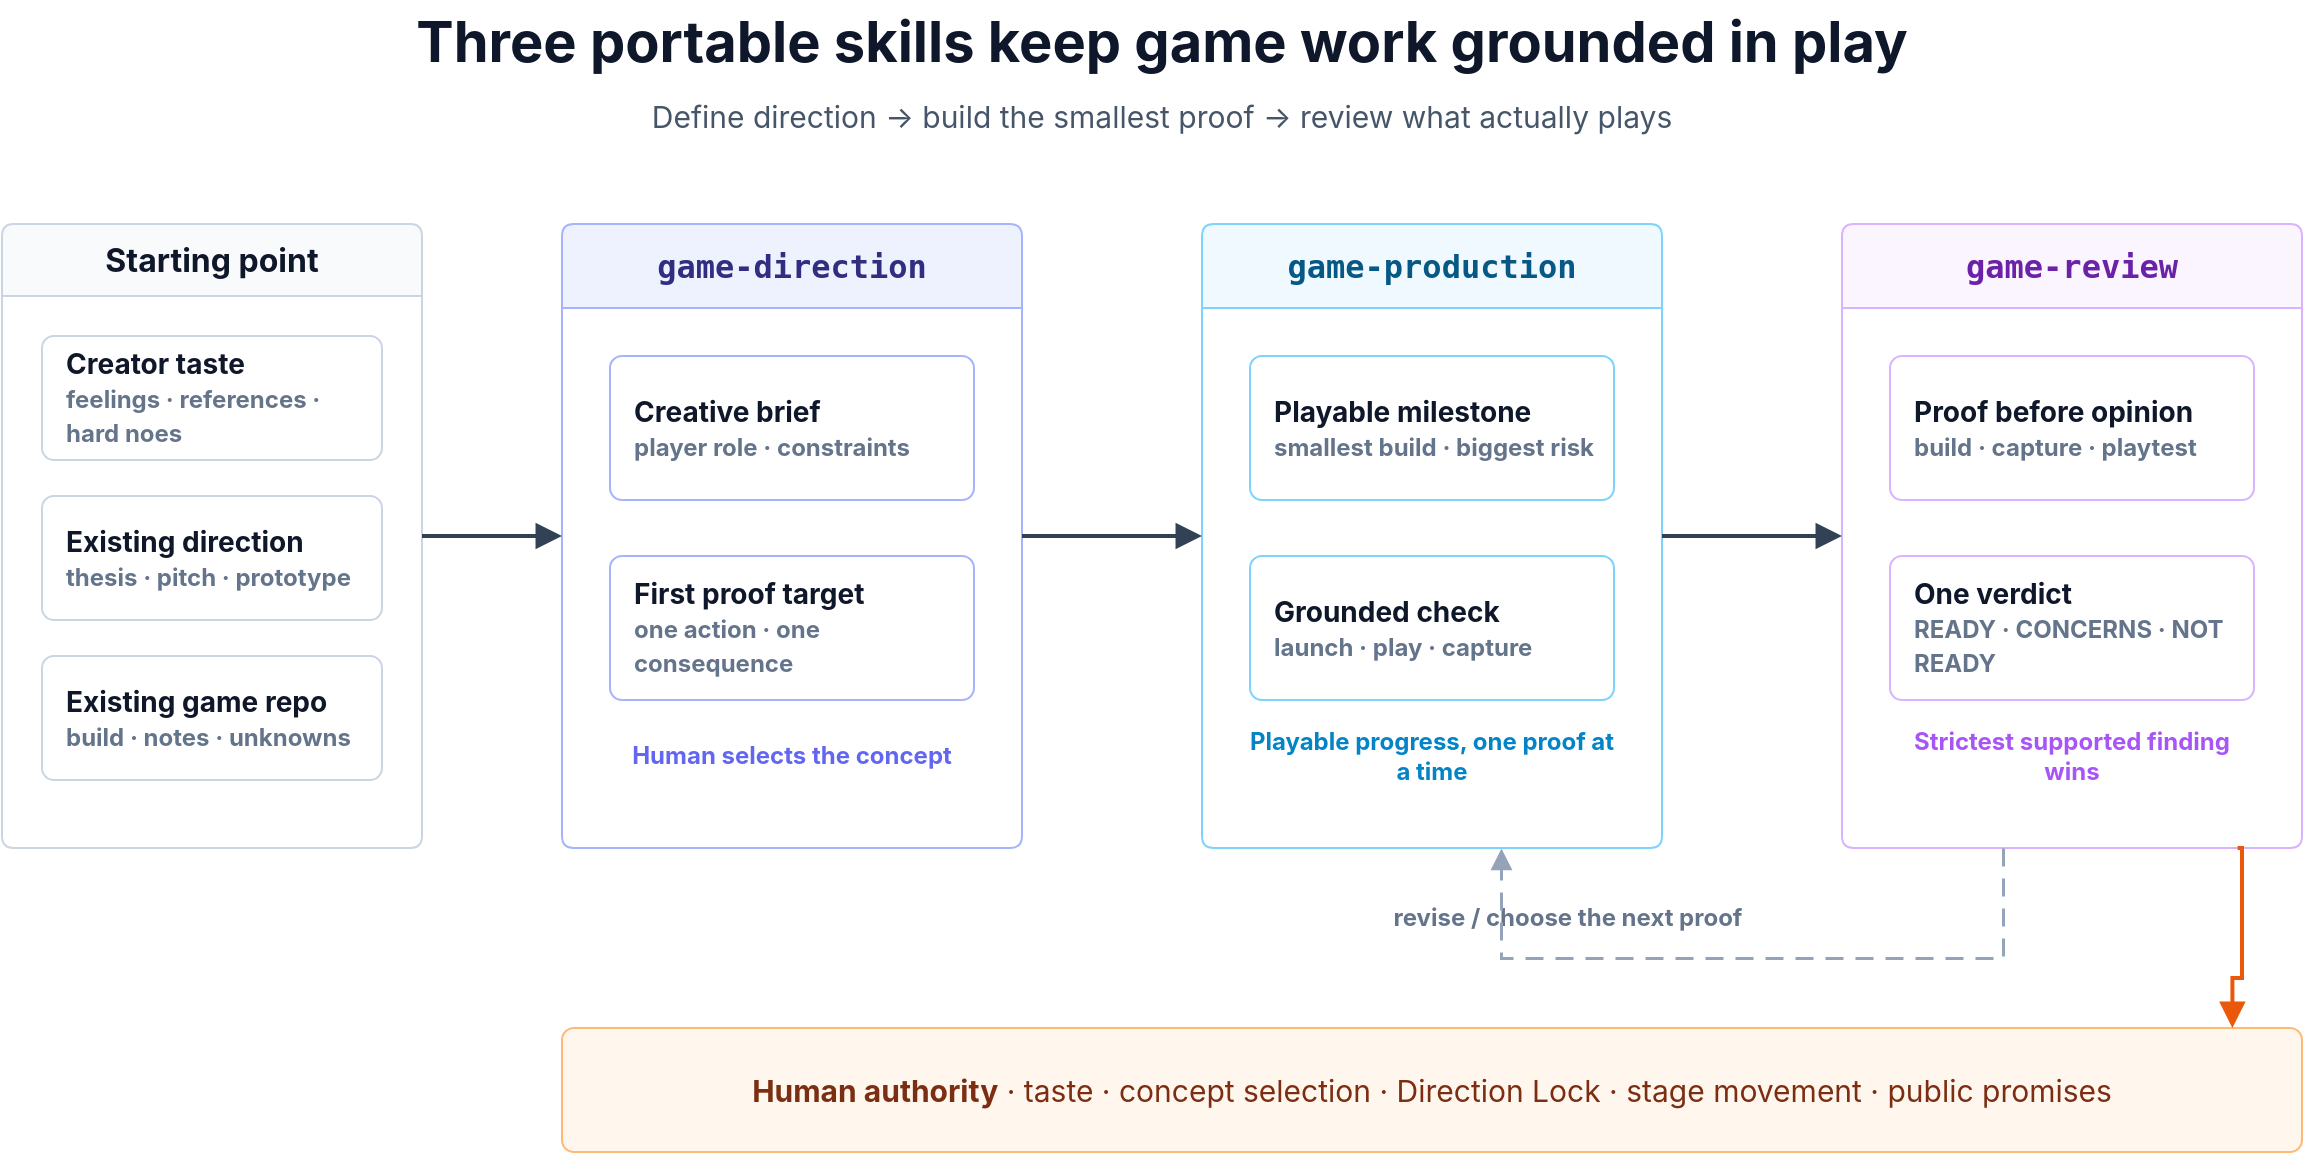
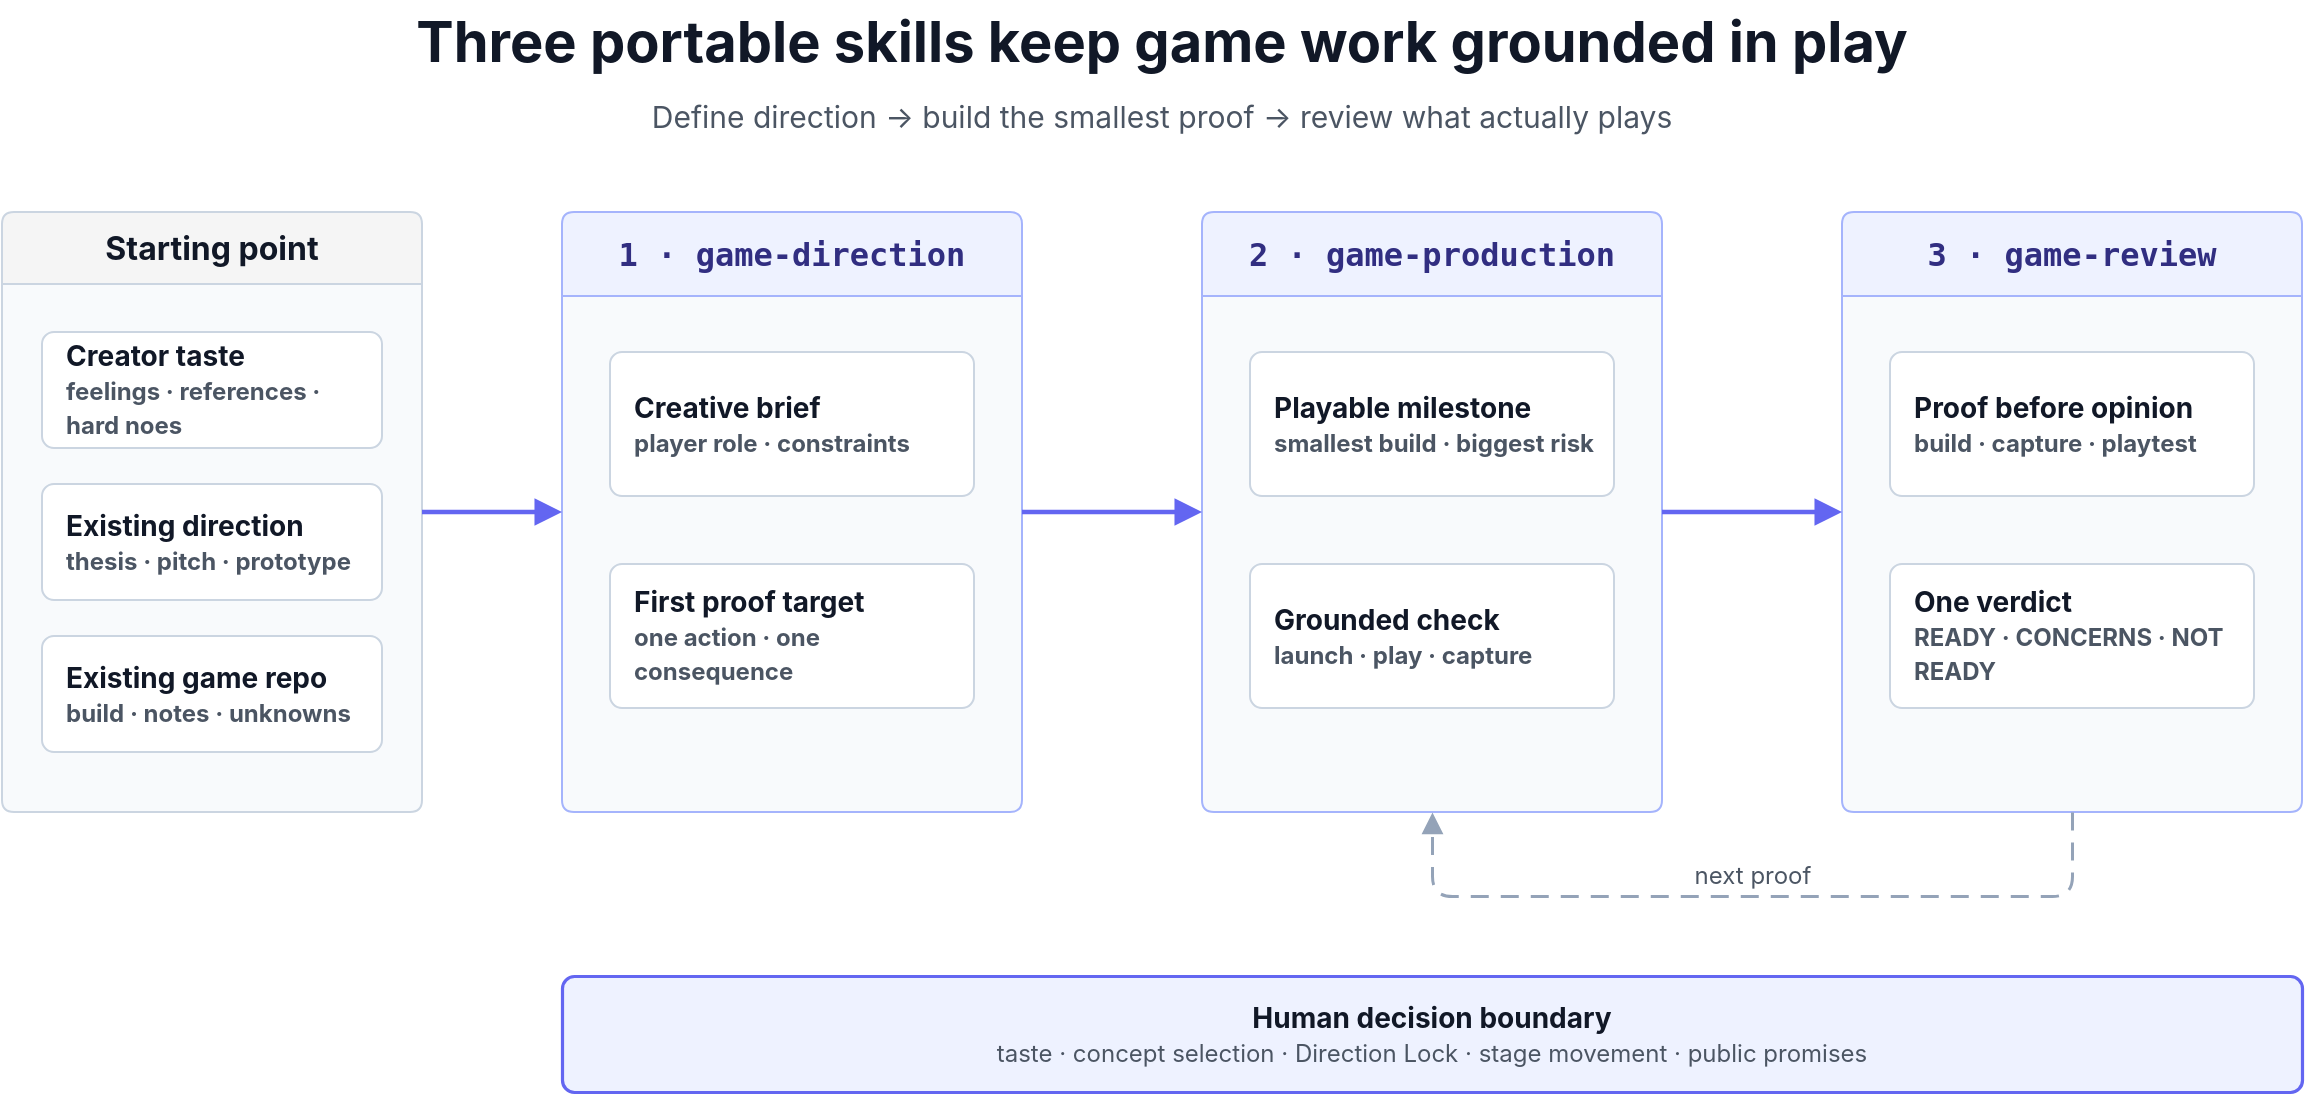
- <mxfile host="app.diagrams.net" modified="2026-07-10T00:00:00.000Z" agent="Codex" version="29.6.6" type="device">
+ <mxfile host="app.diagrams.net" modified="2026-07-10T00:00:00.000Z" agent="draw.io" version="30.3.6" type="device">
  <diagram id="readme-game-studio-map" name="README game studio map">
-     <mxGraphModel dx="1240" dy="640" grid="1" gridSize="10" guides="1" tooltips="1" connect="1" arrows="1" fold="1" page="1" pageScale="1" pageWidth="1240" pageHeight="640" background="#FFFFFF" math="0" shadow="0" adaptiveColors="auto">
+     <mxGraphModel dx="1240" dy="590" grid="1" gridSize="10" guides="1" tooltips="1" connect="1" arrows="1" fold="1" page="1" pageScale="1" pageWidth="1240" pageHeight="590" background="#FFFFFF" math="0" shadow="0" adaptiveColors="auto">
      <root>
        <mxCell id="0" />
        <mxCell id="1" parent="0" />
-         <mxCell id="title" value="Three portable skills keep game work grounded in play" style="text;fontFamily=Inter,SF Pro Display,-apple-system,system-ui,Segoe UI,Roboto;strokeColor=none;fillColor=none;align=center;verticalAlign=middle;whiteSpace=wrap;fontSize=28;fontStyle=1;fontColor=#0F172A;spacing=0;html=1;" vertex="1" parent="1">
-           <mxGeometry x="190" y="26" width="860" height="42" as="geometry" />
+         <mxCell id="title" value="Three portable skills keep game work grounded in play" style="text;fontFamily=Inter,SF Pro Display,-apple-system,system-ui,Segoe UI,Roboto;strokeColor=none;fillColor=none;align=center;verticalAlign=middle;whiteSpace=wrap;fontSize=28;fontStyle=1;fontColor=#111827;spacing=0;html=1;" vertex="1" parent="1">
+           <mxGeometry x="190" y="24" width="860" height="42" as="geometry" />
        </mxCell>
-         <mxCell id="subtitle" value="Define direction → build the smallest proof → review what actually plays" style="text;fontFamily=Inter,SF Pro Display,-apple-system,system-ui,Segoe UI,Roboto;strokeColor=none;fillColor=none;align=center;verticalAlign=middle;whiteSpace=wrap;fontSize=15;fontColor=#475569;spacing=0;html=1;" vertex="1" parent="1">
-           <mxGeometry x="270" y="72" width="700" height="24" as="geometry" />
+         <mxCell id="subtitle" value="Define direction → build the smallest proof → review what actually plays" style="text;fontFamily=Inter,SF Pro Display,-apple-system,system-ui,Segoe UI,Roboto;strokeColor=none;fillColor=none;align=center;verticalAlign=middle;whiteSpace=wrap;fontSize=15;fontColor=#4B5563;spacing=0;html=1;" vertex="1" parent="1">
+           <mxGeometry x="270" y="70" width="700" height="24" as="geometry" />
        </mxCell>
-         <mxCell id="entry-panel" value="Starting point" style="swimlane;startSize=36;rounded=1;absoluteArcSize=1;arcSize=12;whiteSpace=wrap;fontFamily=Inter,SF Pro Display,-apple-system,system-ui,Segoe UI,Roboto;fontSize=16;fontStyle=1;fontColor=#0F172A;fillColor=#F8FAFC;strokeColor=#CBD5E1;html=1;" vertex="1" parent="1">
-           <mxGeometry x="40" y="138" width="210" height="312" as="geometry" />
+         <mxCell id="entry-panel" value="Starting point" style="swimlane;startSize=36;rounded=1;absoluteArcSize=1;arcSize=12;whiteSpace=wrap;fontFamily=Inter,SF Pro Display,-apple-system,system-ui,Segoe UI,Roboto;fontSize=16;fontStyle=1;fontColor=#111827;fillColor=#F5F5F5;swimlaneFillColor=#F8FAFC;strokeColor=#CBD5E1;html=1;" vertex="1" parent="1">
+           <mxGeometry x="40" y="130" width="210" height="300" as="geometry" />
        </mxCell>
-         <mxCell id="entry-taste" value="Creator taste&lt;br&gt;&lt;font style=&quot;font-size:12px;color:#64748B;&quot;&gt;feelings · references · hard noes&lt;/font&gt;" style="rounded=1;absoluteArcSize=1;arcSize=12;whiteSpace=wrap;fontFamily=Inter,SF Pro Display,-apple-system,system-ui,Segoe UI,Roboto;spacing=12;fillColor=#FFFFFF;strokeColor=#CBD5E1;fontColor=#0F172A;fontSize=14;fontStyle=1;align=left;html=1;" vertex="1" parent="entry-panel">
-           <mxGeometry x="20" y="56" width="170" height="62" as="geometry" />
+         <mxCell id="entry-taste" value="Creator taste&lt;br&gt;&lt;font style=&quot;font-size:12px;color:#4B5563;&quot;&gt;feelings · references · hard noes&lt;/font&gt;" style="rounded=1;absoluteArcSize=1;arcSize=12;whiteSpace=wrap;fontFamily=Inter,SF Pro Display,-apple-system,system-ui,Segoe UI,Roboto;spacing=12;fillColor=#FFFFFF;strokeColor=#CBD5E1;fontColor=#111827;fontSize=14;fontStyle=1;align=left;html=1;" vertex="1" parent="entry-panel">
+           <mxGeometry x="20" y="60" width="170" height="58" as="geometry" />
        </mxCell>
-         <mxCell id="entry-direction" value="Existing direction&lt;br&gt;&lt;font style=&quot;font-size:12px;color:#64748B;&quot;&gt;thesis · pitch · prototype&lt;/font&gt;" style="rounded=1;absoluteArcSize=1;arcSize=12;whiteSpace=wrap;fontFamily=Inter,SF Pro Display,-apple-system,system-ui,Segoe UI,Roboto;spacing=12;fillColor=#FFFFFF;strokeColor=#CBD5E1;fontColor=#0F172A;fontSize=14;fontStyle=1;align=left;html=1;" vertex="1" parent="entry-panel">
-           <mxGeometry x="20" y="136" width="170" height="62" as="geometry" />
+         <mxCell id="entry-direction" value="Existing direction&lt;br&gt;&lt;font style=&quot;font-size:12px;color:#4B5563;&quot;&gt;thesis · pitch · prototype&lt;/font&gt;" style="rounded=1;absoluteArcSize=1;arcSize=12;whiteSpace=wrap;fontFamily=Inter,SF Pro Display,-apple-system,system-ui,Segoe UI,Roboto;spacing=12;fillColor=#FFFFFF;strokeColor=#CBD5E1;fontColor=#111827;fontSize=14;fontStyle=1;align=left;html=1;" vertex="1" parent="entry-panel">
+           <mxGeometry x="20" y="136" width="170" height="58" as="geometry" />
        </mxCell>
-         <mxCell id="entry-repo" value="Existing game repo&lt;br&gt;&lt;font style=&quot;font-size:12px;color:#64748B;&quot;&gt;build · notes · unknowns&lt;/font&gt;" style="rounded=1;absoluteArcSize=1;arcSize=12;whiteSpace=wrap;fontFamily=Inter,SF Pro Display,-apple-system,system-ui,Segoe UI,Roboto;spacing=12;fillColor=#FFFFFF;strokeColor=#CBD5E1;fontColor=#0F172A;fontSize=14;fontStyle=1;align=left;html=1;" vertex="1" parent="entry-panel">
-           <mxGeometry x="20" y="216" width="170" height="62" as="geometry" />
+         <mxCell id="entry-repo" value="Existing game repo&lt;br&gt;&lt;font style=&quot;font-size:12px;color:#4B5563;&quot;&gt;build · notes · unknowns&lt;/font&gt;" style="rounded=1;absoluteArcSize=1;arcSize=12;whiteSpace=wrap;fontFamily=Inter,SF Pro Display,-apple-system,system-ui,Segoe UI,Roboto;spacing=12;fillColor=#FFFFFF;strokeColor=#CBD5E1;fontColor=#111827;fontSize=14;fontStyle=1;align=left;html=1;" vertex="1" parent="entry-panel">
+           <mxGeometry x="20" y="212" width="170" height="58" as="geometry" />
        </mxCell>
-         <mxCell id="direction-panel" value="game-direction" style="swimlane;startSize=42;rounded=1;absoluteArcSize=1;arcSize=12;whiteSpace=wrap;fontFamily=SF Mono,Menlo,Consolas,monospace;fontSize=16;fontStyle=1;fontColor=#312E81;fillColor=#EEF2FF;strokeColor=#A5B4FC;spacing=10;html=1;" vertex="1" parent="1">
-           <mxGeometry x="320" y="138" width="230" height="312" as="geometry" />
+         <mxCell id="direction-panel" value="1 · game-direction" style="swimlane;startSize=42;rounded=1;absoluteArcSize=1;arcSize=12;whiteSpace=wrap;fontFamily=SF Mono,Menlo,Consolas,monospace;fontSize=16;fontStyle=1;fontColor=#312E81;fillColor=#EEF2FF;swimlaneFillColor=#F8FAFC;strokeColor=#A5B4FC;spacing=10;html=1;" vertex="1" parent="1">
+           <mxGeometry x="320" y="130" width="230" height="300" as="geometry" />
        </mxCell>
-         <mxCell id="direction-brief" value="Creative brief&lt;br&gt;&lt;font style=&quot;font-size:12px;color:#64748B;&quot;&gt;player role · constraints&lt;/font&gt;" style="rounded=1;absoluteArcSize=1;arcSize=12;whiteSpace=wrap;fontFamily=Inter,SF Pro Display,-apple-system,system-ui,Segoe UI,Roboto;spacing=12;fillColor=#FFFFFF;strokeColor=#A5B4FC;fontColor=#0F172A;fontSize=14;fontStyle=1;align=left;html=1;" vertex="1" parent="direction-panel">
-           <mxGeometry x="24" y="66" width="182" height="72" as="geometry" />
+         <mxCell id="direction-brief" value="Creative brief&lt;br&gt;&lt;font style=&quot;font-size:12px;color:#4B5563;&quot;&gt;player role · constraints&lt;/font&gt;" style="rounded=1;absoluteArcSize=1;arcSize=12;whiteSpace=wrap;fontFamily=Inter,SF Pro Display,-apple-system,system-ui,Segoe UI,Roboto;spacing=12;fillColor=#FFFFFF;strokeColor=#CBD5E1;fontColor=#111827;fontSize=14;fontStyle=1;align=left;html=1;" vertex="1" parent="direction-panel">
+           <mxGeometry x="24" y="70" width="182" height="72" as="geometry" />
        </mxCell>
-         <mxCell id="direction-target" value="First proof target&lt;br&gt;&lt;font style=&quot;font-size:12px;color:#64748B;&quot;&gt;one action · one consequence&lt;/font&gt;" style="rounded=1;absoluteArcSize=1;arcSize=12;whiteSpace=wrap;fontFamily=Inter,SF Pro Display,-apple-system,system-ui,Segoe UI,Roboto;spacing=12;fillColor=#FFFFFF;strokeColor=#A5B4FC;fontColor=#0F172A;fontSize=14;fontStyle=1;align=left;html=1;" vertex="1" parent="direction-panel">
-           <mxGeometry x="24" y="166" width="182" height="72" as="geometry" />
+         <mxCell id="direction-target" value="First proof target&lt;br&gt;&lt;font style=&quot;font-size:12px;color:#4B5563;&quot;&gt;one action · one consequence&lt;/font&gt;" style="rounded=1;absoluteArcSize=1;arcSize=12;whiteSpace=wrap;fontFamily=Inter,SF Pro Display,-apple-system,system-ui,Segoe UI,Roboto;spacing=12;fillColor=#FFFFFF;strokeColor=#CBD5E1;fontColor=#111827;fontSize=14;fontStyle=1;align=left;html=1;" vertex="1" parent="direction-panel">
+           <mxGeometry x="24" y="176" width="182" height="72" as="geometry" />
        </mxCell>
-         <mxCell id="direction-note" value="Human selects the concept" style="text;fontFamily=Inter,SF Pro Display,-apple-system,system-ui,Segoe UI,Roboto;strokeColor=none;fillColor=none;align=center;verticalAlign=middle;whiteSpace=wrap;fontSize=12;fontColor=#6366F1;fontStyle=1;html=1;" vertex="1" parent="direction-panel">
-           <mxGeometry x="24" y="254" width="182" height="24" as="geometry" />
+         <mxCell id="production-panel" value="2 · game-production" style="swimlane;startSize=42;rounded=1;absoluteArcSize=1;arcSize=12;whiteSpace=wrap;fontFamily=SF Mono,Menlo,Consolas,monospace;fontSize=16;fontStyle=1;fontColor=#312E81;fillColor=#EEF2FF;swimlaneFillColor=#F8FAFC;strokeColor=#A5B4FC;spacing=10;html=1;" vertex="1" parent="1">
+           <mxGeometry x="640" y="130" width="230" height="300" as="geometry" />
        </mxCell>
-         <mxCell id="production-panel" value="game-production" style="swimlane;startSize=42;rounded=1;absoluteArcSize=1;arcSize=12;whiteSpace=wrap;fontFamily=SF Mono,Menlo,Consolas,monospace;fontSize=16;fontStyle=1;fontColor=#075985;fillColor=#F0F9FF;strokeColor=#7DD3FC;spacing=10;html=1;" vertex="1" parent="1">
-           <mxGeometry x="640" y="138" width="230" height="312" as="geometry" />
+         <mxCell id="production-build" value="Playable milestone&lt;br&gt;&lt;font style=&quot;font-size:12px;color:#4B5563;&quot;&gt;smallest build · biggest risk&lt;/font&gt;" style="rounded=1;absoluteArcSize=1;arcSize=12;whiteSpace=wrap;fontFamily=Inter,SF Pro Display,-apple-system,system-ui,Segoe UI,Roboto;spacing=12;fillColor=#FFFFFF;strokeColor=#CBD5E1;fontColor=#111827;fontSize=14;fontStyle=1;align=left;html=1;" vertex="1" parent="production-panel">
+           <mxGeometry x="24" y="70" width="182" height="72" as="geometry" />
        </mxCell>
-         <mxCell id="production-build" value="Playable milestone&lt;br&gt;&lt;font style=&quot;font-size:12px;color:#64748B;&quot;&gt;smallest build · biggest risk&lt;/font&gt;" style="rounded=1;absoluteArcSize=1;arcSize=12;whiteSpace=wrap;fontFamily=Inter,SF Pro Display,-apple-system,system-ui,Segoe UI,Roboto;spacing=12;fillColor=#FFFFFF;strokeColor=#7DD3FC;fontColor=#0F172A;fontSize=14;fontStyle=1;align=left;html=1;" vertex="1" parent="production-panel">
-           <mxGeometry x="24" y="66" width="182" height="72" as="geometry" />
+         <mxCell id="production-check" value="Grounded check&lt;br&gt;&lt;font style=&quot;font-size:12px;color:#4B5563;&quot;&gt;launch · play · capture&lt;/font&gt;" style="rounded=1;absoluteArcSize=1;arcSize=12;whiteSpace=wrap;fontFamily=Inter,SF Pro Display,-apple-system,system-ui,Segoe UI,Roboto;spacing=12;fillColor=#FFFFFF;strokeColor=#CBD5E1;fontColor=#111827;fontSize=14;fontStyle=1;align=left;html=1;" vertex="1" parent="production-panel">
+           <mxGeometry x="24" y="176" width="182" height="72" as="geometry" />
        </mxCell>
-         <mxCell id="production-check" value="Grounded check&lt;br&gt;&lt;font style=&quot;font-size:12px;color:#64748B;&quot;&gt;launch · play · capture&lt;/font&gt;" style="rounded=1;absoluteArcSize=1;arcSize=12;whiteSpace=wrap;fontFamily=Inter,SF Pro Display,-apple-system,system-ui,Segoe UI,Roboto;spacing=12;fillColor=#FFFFFF;strokeColor=#7DD3FC;fontColor=#0F172A;fontSize=14;fontStyle=1;align=left;html=1;" vertex="1" parent="production-panel">
-           <mxGeometry x="24" y="166" width="182" height="72" as="geometry" />
+         <mxCell id="review-panel" value="3 · game-review" style="swimlane;startSize=42;rounded=1;absoluteArcSize=1;arcSize=12;whiteSpace=wrap;fontFamily=SF Mono,Menlo,Consolas,monospace;fontSize=16;fontStyle=1;fontColor=#312E81;fillColor=#EEF2FF;swimlaneFillColor=#F8FAFC;strokeColor=#A5B4FC;spacing=10;html=1;" vertex="1" parent="1">
+           <mxGeometry x="960" y="130" width="230" height="300" as="geometry" />
        </mxCell>
-         <mxCell id="production-note" value="Playable progress, one proof at a time" style="text;fontFamily=Inter,SF Pro Display,-apple-system,system-ui,Segoe UI,Roboto;strokeColor=none;fillColor=none;align=center;verticalAlign=middle;whiteSpace=wrap;fontSize=12;fontColor=#0284C7;fontStyle=1;html=1;" vertex="1" parent="production-panel">
-           <mxGeometry x="20" y="254" width="190" height="24" as="geometry" />
+         <mxCell id="review-proof" value="Proof before opinion&lt;br&gt;&lt;font style=&quot;font-size:12px;color:#4B5563;&quot;&gt;build · capture · playtest&lt;/font&gt;" style="rounded=1;absoluteArcSize=1;arcSize=12;whiteSpace=wrap;fontFamily=Inter,SF Pro Display,-apple-system,system-ui,Segoe UI,Roboto;spacing=12;fillColor=#FFFFFF;strokeColor=#CBD5E1;fontColor=#111827;fontSize=14;fontStyle=1;align=left;html=1;" vertex="1" parent="review-panel">
+           <mxGeometry x="24" y="70" width="182" height="72" as="geometry" />
        </mxCell>
-         <mxCell id="review-panel" value="game-review" style="swimlane;startSize=42;rounded=1;absoluteArcSize=1;arcSize=12;whiteSpace=wrap;fontFamily=SF Mono,Menlo,Consolas,monospace;fontSize=16;fontStyle=1;fontColor=#6B21A8;fillColor=#FAF5FF;strokeColor=#D8B4FE;spacing=10;html=1;" vertex="1" parent="1">
-           <mxGeometry x="960" y="138" width="230" height="312" as="geometry" />
+         <mxCell id="review-verdict" value="One verdict&lt;br&gt;&lt;font style=&quot;font-size:12px;color:#4B5563;&quot;&gt;READY · CONCERNS · NOT READY&lt;/font&gt;" style="rounded=1;absoluteArcSize=1;arcSize=12;whiteSpace=wrap;fontFamily=Inter,SF Pro Display,-apple-system,system-ui,Segoe UI,Roboto;spacing=12;fillColor=#FFFFFF;strokeColor=#CBD5E1;fontColor=#111827;fontSize=14;fontStyle=1;align=left;html=1;" vertex="1" parent="review-panel">
+           <mxGeometry x="24" y="176" width="182" height="72" as="geometry" />
        </mxCell>
-         <mxCell id="review-proof" value="Proof before opinion&lt;br&gt;&lt;font style=&quot;font-size:12px;color:#64748B;&quot;&gt;build · capture · playtest&lt;/font&gt;" style="rounded=1;absoluteArcSize=1;arcSize=12;whiteSpace=wrap;fontFamily=Inter,SF Pro Display,-apple-system,system-ui,Segoe UI,Roboto;spacing=12;fillColor=#FFFFFF;strokeColor=#D8B4FE;fontColor=#0F172A;fontSize=14;fontStyle=1;align=left;html=1;" vertex="1" parent="review-panel">
-           <mxGeometry x="24" y="66" width="182" height="72" as="geometry" />
+         <mxCell id="human-authority" value="&lt;b&gt;Human decision boundary&lt;/b&gt;&lt;br&gt;&lt;font style=&quot;font-size:12px;color:#4B5563;&quot;&gt;taste · concept selection · Direction Lock · stage movement · public promises&lt;/font&gt;" style="rounded=1;absoluteArcSize=1;arcSize=12;whiteSpace=wrap;fontFamily=Inter,SF Pro Display,-apple-system,system-ui,Segoe UI,Roboto;spacing=12;fillColor=#EEF2FF;strokeColor=#6366F1;strokeWidth=1.6;fontColor=#111827;fontSize=14;align=center;html=1;" vertex="1" parent="1">
+           <mxGeometry x="320" y="512" width="870" height="58" as="geometry" />
        </mxCell>
-         <mxCell id="review-verdict" value="One verdict&lt;br&gt;&lt;font style=&quot;font-size:12px;color:#64748B;&quot;&gt;READY · CONCERNS · NOT READY&lt;/font&gt;" style="rounded=1;absoluteArcSize=1;arcSize=12;whiteSpace=wrap;fontFamily=Inter,SF Pro Display,-apple-system,system-ui,Segoe UI,Roboto;spacing=12;fillColor=#FFFFFF;strokeColor=#D8B4FE;fontColor=#0F172A;fontSize=14;fontStyle=1;align=left;html=1;" vertex="1" parent="review-panel">
-           <mxGeometry x="24" y="166" width="182" height="72" as="geometry" />
+         <mxCell id="entry-to-direction" value="" style="edgeStyle=orthogonalEdgeStyle;rounded=1;orthogonalLoop=1;jettySize=auto;exitX=1;exitY=0.5;exitDx=0;exitDy=0;entryX=0;entryY=0.5;entryDx=0;entryDy=0;strokeColor=#6366F1;strokeWidth=2.2;endArrow=block;endFill=1;endSize=8;html=1;" edge="1" parent="1" source="entry-panel" target="direction-panel">
+           <mxGeometry relative="1" as="geometry" />
        </mxCell>
-         <mxCell id="review-note" value="Strictest supported finding wins" style="text;fontFamily=Inter,SF Pro Display,-apple-system,system-ui,Segoe UI,Roboto;strokeColor=none;fillColor=none;align=center;verticalAlign=middle;whiteSpace=wrap;fontSize=12;fontColor=#A855F7;fontStyle=1;html=1;" vertex="1" parent="review-panel">
-           <mxGeometry x="20" y="254" width="190" height="24" as="geometry" />
+         <mxCell id="direction-to-production" value="" style="edgeStyle=orthogonalEdgeStyle;rounded=1;orthogonalLoop=1;jettySize=auto;exitX=1;exitY=0.5;exitDx=0;exitDy=0;entryX=0;entryY=0.5;entryDx=0;entryDy=0;strokeColor=#6366F1;strokeWidth=2.2;endArrow=block;endFill=1;endSize=8;html=1;" edge="1" parent="1" source="direction-panel" target="production-panel">
+           <mxGeometry relative="1" as="geometry" />
        </mxCell>
-         <mxCell id="loop-label" value="revise / choose the next proof" style="text;fontFamily=Inter,SF Pro Display,-apple-system,system-ui,Segoe UI,Roboto;strokeColor=none;fillColor=#FFFFFF;align=center;verticalAlign=middle;whiteSpace=wrap;fontSize=12;fontColor=#64748B;fontStyle=1;html=1;" vertex="1" parent="1">
-           <mxGeometry x="728" y="474" width="190" height="22" as="geometry" />
+         <mxCell id="production-to-review" value="" style="edgeStyle=orthogonalEdgeStyle;rounded=1;orthogonalLoop=1;jettySize=auto;exitX=1;exitY=0.5;exitDx=0;exitDy=0;entryX=0;entryY=0.5;entryDx=0;entryDy=0;strokeColor=#6366F1;strokeWidth=2.2;endArrow=block;endFill=1;endSize=8;html=1;" edge="1" parent="1" source="production-panel" target="review-panel">
+           <mxGeometry relative="1" as="geometry" />
        </mxCell>
-         <mxCell id="human-authority" value="&lt;b&gt;Human authority&lt;/b&gt; · taste · concept selection · Direction Lock · stage movement · public promises" style="rounded=1;absoluteArcSize=1;arcSize=12;whiteSpace=wrap;fontFamily=Inter,SF Pro Display,-apple-system,system-ui,Segoe UI,Roboto;spacing=14;fillColor=#FFF7ED;strokeColor=#FDBA74;fontColor=#7C2D12;fontSize=15;align=center;html=1;" vertex="1" parent="1">
-           <mxGeometry x="320" y="540" width="870" height="62" as="geometry" />
-         </mxCell>
-         <mxCell id="entry-to-direction" value="" style="edgeStyle=orthogonalEdgeStyle;rounded=0;orthogonalLoop=1;jettySize=auto;exitX=1;exitY=0.5;exitDx=0;exitDy=0;entryX=0;entryY=0.5;entryDx=0;entryDy=0;strokeColor=#334155;strokeWidth=2;endArrow=block;endFill=1;endSize=8;html=1;" edge="1" parent="1" source="entry-panel" target="direction-panel">
-           <mxGeometry relative="1" as="geometry">
-             <mxPoint x="250" y="294" as="sourcePoint" />
-             <mxPoint x="320" y="294" as="targetPoint" />
-           </mxGeometry>
-         </mxCell>
-         <mxCell id="direction-to-production" value="" style="edgeStyle=orthogonalEdgeStyle;rounded=0;orthogonalLoop=1;jettySize=auto;exitX=1;exitY=0.5;exitDx=0;exitDy=0;entryX=0;entryY=0.5;entryDx=0;entryDy=0;strokeColor=#334155;strokeWidth=2;endArrow=block;endFill=1;endSize=8;html=1;" edge="1" parent="1" source="direction-panel" target="production-panel">
-           <mxGeometry relative="1" as="geometry">
-             <mxPoint x="550" y="294" as="sourcePoint" />
-             <mxPoint x="640" y="294" as="targetPoint" />
-           </mxGeometry>
-         </mxCell>
-         <mxCell id="production-to-review" value="" style="edgeStyle=orthogonalEdgeStyle;rounded=0;orthogonalLoop=1;jettySize=auto;exitX=1;exitY=0.5;exitDx=0;exitDy=0;entryX=0;entryY=0.5;entryDx=0;entryDy=0;strokeColor=#334155;strokeWidth=2;endArrow=block;endFill=1;endSize=8;html=1;" edge="1" parent="1" source="production-panel" target="review-panel">
-           <mxGeometry relative="1" as="geometry">
-             <mxPoint x="870" y="294" as="sourcePoint" />
-             <mxPoint x="960" y="294" as="targetPoint" />
-           </mxGeometry>
-         </mxCell>
-         <mxCell id="review-to-production" value="" style="edgeStyle=orthogonalEdgeStyle;rounded=0;orthogonalLoop=1;jettySize=auto;exitX=0.35;exitY=1;exitDx=0;exitDy=0;entryX=0.65;entryY=1;entryDx=0;entryDy=0;strokeColor=#94A3B8;strokeWidth=1.5;dashed=1;dashPattern=6 4;endArrow=block;endFill=1;endSize=7;html=1;" edge="1" parent="1" source="review-panel" target="production-panel">
-           <mxGeometry relative="1" as="geometry">
+         <mxCell id="review-to-production" value="next proof" style="edgeStyle=orthogonalEdgeStyle;rounded=1;orthogonalLoop=1;jettySize=auto;exitX=0.5;exitY=1;exitDx=0;exitDy=0;entryX=0.5;entryY=1;entryDx=0;entryDy=0;strokeColor=#94A3B8;strokeWidth=1.5;dashed=1;dashPattern=6 4;endArrow=block;endFill=1;endSize=7;fontFamily=Inter,SF Pro Display,-apple-system,system-ui,Segoe UI,Roboto;fontSize=12;fontColor=#4B5563;labelBackgroundColor=#FFFFFF;html=1;" edge="1" parent="1" source="review-panel" target="production-panel">
+           <mxGeometry x="0" y="-10" relative="1" as="geometry">
            <Array as="points">
-               <mxPoint x="1040" y="505" />
-               <mxPoint x="790" y="505" />
+               <mxPoint x="1075" y="472" />
+               <mxPoint x="755" y="472" />
            </Array>
-           </mxGeometry>
-         </mxCell>
-         <mxCell id="review-to-human" value="" style="edgeStyle=orthogonalEdgeStyle;rounded=0;orthogonalLoop=1;jettySize=auto;exitX=0.86;exitY=1;exitDx=0;exitDy=0;entryX=0.96;entryY=0;entryDx=0;entryDy=0;strokeColor=#EA580C;strokeWidth=2;endArrow=block;endFill=1;endSize=8;html=1;" edge="1" parent="1" source="review-panel" target="human-authority">
-           <mxGeometry relative="1" as="geometry">
-             <Array as="points">
-               <mxPoint x="1160" y="515" />
-               <mxPoint x="1155" y="515" />
-             </Array>
+             <mxPoint as="offset" />
          </mxGeometry>
        </mxCell>
      </root>
    </mxGraphModel>
  </diagram>
</mxfile>
